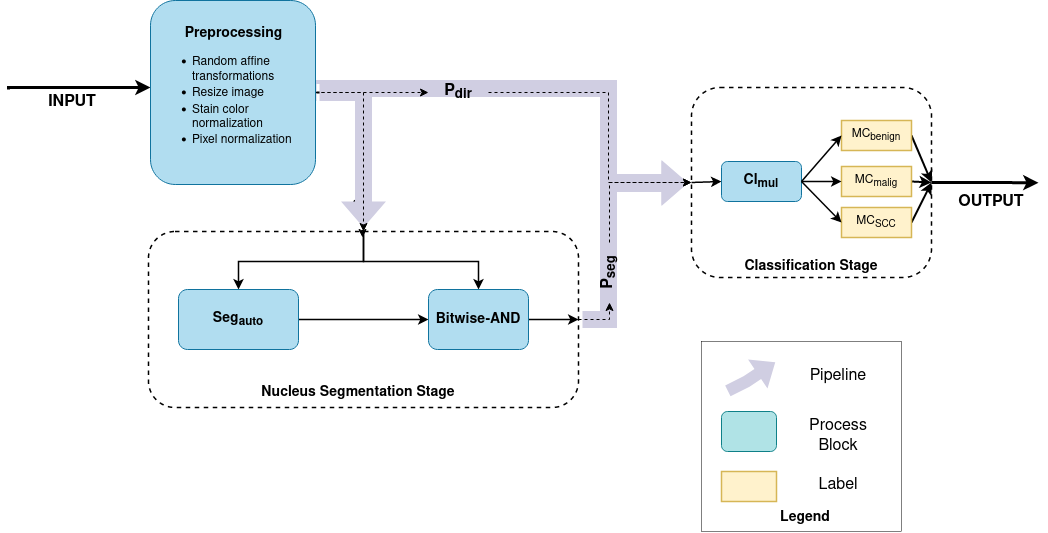
Earlier version of the draw.io export figures/DrawIO/OverallFlowchart_V2.drawio.png (karthik-d/lung-tumor-classification). Source tidied: cells renumbered, new cells last; positions are measured from the earlier drawing's top-left corner, leaving out a move shared by most shapes.
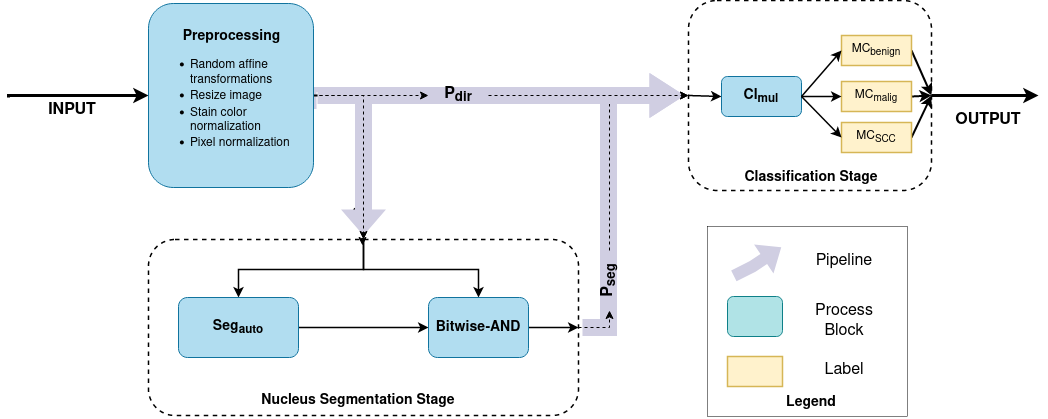
After the commit.

Commit message:
overall dgram modified

The edit, as a diff of the source:
```diff
@@ -2,19 +2,31 @@
   <root>
     <mxCell id="0" />
     <mxCell id="1" parent="0" />
+    <mxCell id="52" style="shape=flexArrow;endArrow=none;html=1;rounded=0;fontSize=15;strokeWidth=8;exitX=1;exitY=0.5;exitDx=0;exitDy=0;fillColor=#d0cee2;strokeColor=none;edgeStyle=orthogonalEdgeStyle;" parent="1" edge="1">
+      <mxGeometry relative="1" as="geometry">
+        <mxPoint x="312" y="92" as="sourcePoint" />
+        <mxPoint x="500" y="87" as="targetPoint" />
+        <Array as="points">
+          <mxPoint x="310" y="92" />
+        </Array>
+      </mxGeometry>
+    </mxCell>
+    <mxCell id="9" value="&lt;font style=&quot;font-size: 16px&quot;&gt;&lt;b&gt;P&lt;sub&gt;dir&lt;/sub&gt;&lt;/b&gt;&lt;/font&gt;" style="text;html=1;strokeColor=none;fillColor=none;align=center;verticalAlign=middle;whiteSpace=wrap;rounded=0;dashed=1;fontSize=15;" parent="1" vertex="1">
+      <mxGeometry x="420" y="72" width="60" height="30" as="geometry" />
+    </mxCell>
     <mxCell id="2" style="rounded=1;whiteSpace=wrap;html=1;dashed=1;fontSize=15;strokeColor=default;strokeWidth=1.5;fillColor=none;" parent="1" vertex="1">
-      <mxGeometry x="683" y="87" width="240" height="190" as="geometry" />
+      <mxGeometry x="680" y="-8" width="243" height="190" as="geometry" />
     </mxCell>
     <mxCell id="3" style="edgeStyle=orthogonalEdgeStyle;rounded=0;jettySize=auto;html=1;exitX=0;exitY=0.5;exitDx=0;exitDy=0;entryX=0;entryY=0.5;entryDx=0;entryDy=0;fontSize=15;strokeWidth=1.5;" parent="1" edge="1" source="2" target="36">
       <mxGeometry relative="1" as="geometry">
         <Array as="points">
-          <mxPoint x="713" y="182" />
+          <mxPoint x="713" y="87" />
         </Array>
       </mxGeometry>
     </mxCell>
     <mxCell id="4" style="edgeStyle=orthogonalEdgeStyle;rounded=0;jettySize=auto;html=1;exitX=1;exitY=0.5;exitDx=0;exitDy=0;fontSize=16;startArrow=none;startFill=0;strokeColor=default;strokeWidth=3;" parent="1" edge="1" source="2">
       <mxGeometry relative="1" as="geometry">
-        <mxPoint x="1030" y="182.2" as="targetPoint" />
+        <mxPoint x="1030" y="87" as="targetPoint" />
       </mxGeometry>
     </mxCell>
     <mxCell id="5" style="edgeStyle=orthogonalEdgeStyle;rounded=0;jettySize=auto;html=1;exitX=1;exitY=0.5;exitDx=0;exitDy=0;entryX=1;entryY=0.5;entryDx=0;entryDy=0;fontSize=12;strokeWidth=2;" parent="1" edge="1" source="50" target="11">
@@ -26,20 +38,6 @@
     <mxCell id="7" style="edgeStyle=none;rounded=0;orthogonalLoop=1;jettySize=auto;html=1;exitX=0;exitY=0.5;exitDx=0;exitDy=0;fontSize=15;strokeWidth=1.5;" parent="1" edge="1" source="2" target="2">
       <mxGeometry relative="1" as="geometry" />
     </mxCell>
-    <mxCell id="8" style="shape=flexArrow;endArrow=classic;html=1;rounded=0;fontSize=15;strokeWidth=8;exitX=1;exitY=0.5;exitDx=0;exitDy=0;fillColor=#d0cee2;strokeColor=none;edgeStyle=orthogonalEdgeStyle;entryX=0;entryY=0.5;entryDx=0;entryDy=0;" parent="1" edge="1">
-      <mxGeometry relative="1" as="geometry">
-        <mxPoint x="312" y="92" as="sourcePoint" />
-        <mxPoint x="683" y="183" as="targetPoint" />
-        <Array as="points">
-          <mxPoint x="310" y="88" />
-          <mxPoint x="600" y="88" />
-          <mxPoint x="600" y="183" />
-        </Array>
-      </mxGeometry>
-    </mxCell>
-    <mxCell id="9" value="&lt;font style=&quot;font-size: 16px&quot;&gt;&lt;b&gt;P&lt;sub&gt;dir&lt;/sub&gt;&lt;/b&gt;&lt;/font&gt;" style="text;html=1;strokeColor=none;fillColor=none;align=center;verticalAlign=middle;whiteSpace=wrap;rounded=0;dashed=1;fontSize=15;" parent="1" vertex="1">
-      <mxGeometry x="420" y="77" width="60" height="30" as="geometry" />
-    </mxCell>
     <mxCell id="10" style="edgeStyle=orthogonalEdgeStyle;rounded=0;jettySize=auto;html=1;exitX=0;exitY=0.5;exitDx=0;exitDy=0;dashed=1;" parent="1" edge="1" source="11">
       <mxGeometry relative="1" as="geometry">
         <mxPoint x="354" y="237" as="targetPoint" />
@@ -57,7 +55,7 @@
       </mxGeometry>
     </mxCell>
     <mxCell id="13" style="group;" parent="1" vertex="1">
-      <mxGeometry x="693" y="341" width="204" height="190" as="geometry" />
+      <mxGeometry x="699" y="218" width="204" height="190" as="geometry" />
     </mxCell>
     <mxCell id="14" style="rounded=0;whiteSpace=wrap;html=1;fontSize=14;strokeColor=default;strokeWidth=0.5;fillColor=none;" parent="13" vertex="1">
       <mxGeometry width="200" height="190" as="geometry" />
@@ -89,15 +87,15 @@
     <mxCell id="21" value="&lt;font style=&quot;font-size: 16px;&quot;&gt;Label&lt;/font&gt;" style="text;html=1;strokeColor=none;fillColor=none;align=center;verticalAlign=middle;whiteSpace=wrap;rounded=0;fontSize=12;" parent="13" vertex="1">
       <mxGeometry x="107" y="129" width="60" height="30" as="geometry" />
     </mxCell>
-    <mxCell id="22" style="shape=flexArrow;endArrow=classic;html=1;rounded=0;fontSize=16;strokeWidth=8;fillColor=#d0cee2;strokeColor=none;edgeStyle=orthogonalEdgeStyle;entryX=0;entryY=0.5;entryDx=0;entryDy=0;exitX=1;exitY=0.5;exitDx=0;exitDy=0;" parent="1" edge="1" source="28" target="2">
+    <mxCell id="22" style="shape=flexArrow;endArrow=classic;html=1;rounded=0;fontSize=16;strokeWidth=8;fillColor=#d0cee2;strokeColor=none;edgeStyle=orthogonalEdgeStyle;entryX=0;entryY=0.5;entryDx=0;entryDy=0;exitX=1;exitY=0.5;exitDx=0;exitDy=0;width=10;endSize=9;" parent="1" edge="1" source="28" target="2">
       <mxGeometry relative="1" as="geometry">
         <Array as="points">
           <mxPoint x="600" y="319" />
-          <mxPoint x="600" y="182" />
+          <mxPoint x="600" y="87" />
         </Array>
       </mxGeometry>
     </mxCell>
-    <mxCell id="23" style="edgeStyle=orthogonalEdgeStyle;rounded=0;jettySize=auto;html=1;exitX=1;exitY=0.5;exitDx=0;exitDy=0;entryX=0;entryY=0.5;entryDx=0;entryDy=0;dashed=1;" parent="1" edge="1" source="24" target="2">
+    <mxCell id="23" style="edgeStyle=orthogonalEdgeStyle;rounded=0;jettySize=auto;html=1;exitX=1;exitY=0.5;exitDx=0;exitDy=0;entryX=0;entryY=0.5;entryDx=0;entryDy=0;dashed=1;fontSize=16;strokeWidth=1;" parent="1" edge="1" source="24" target="2">
       <mxGeometry relative="1" as="geometry" />
     </mxCell>
     <mxCell id="24" value="&lt;font style=&quot;font-size: 16px&quot;&gt;&lt;b&gt;P&lt;sub&gt;seg&lt;/sub&gt;&lt;/b&gt;&lt;/font&gt;" style="text;html=1;strokeColor=none;fillColor=none;align=center;verticalAlign=middle;whiteSpace=wrap;rounded=0;dashed=1;fontSize=15;rotation=-90;" parent="1" vertex="1">
@@ -107,7 +105,7 @@
       <mxGeometry x="34" y="87" width="60" height="30" as="geometry" />
     </mxCell>
     <mxCell id="26" value="&lt;font style=&quot;font-size: 16px&quot;&gt;&lt;b&gt;OUTPUT&lt;/b&gt;&lt;/font&gt;" style="text;html=1;strokeColor=none;fillColor=none;align=center;verticalAlign=middle;whiteSpace=wrap;rounded=0;fontSize=14;" parent="1" vertex="1">
-      <mxGeometry x="953" y="187" width="60" height="30" as="geometry" />
+      <mxGeometry x="950" y="97" width="60" height="30" as="geometry" />
     </mxCell>
     <mxCell id="27" style="edgeStyle=orthogonalEdgeStyle;rounded=0;jettySize=auto;html=1;exitX=1;exitY=0.5;exitDx=0;exitDy=0;entryX=0;entryY=0.5;entryDx=0;entryDy=0;dashed=1;" parent="1" edge="1" source="28" target="24">
       <mxGeometry relative="1" as="geometry" />
@@ -147,13 +145,13 @@
       <mxGeometry x="240" y="377" width="220" height="30" as="geometry" />
     </mxCell>
     <mxCell id="36" value="&lt;b&gt;Cl&lt;sub&gt;mul&lt;/sub&gt;&lt;/b&gt;" style="rounded=1;whiteSpace=wrap;html=1;fillColor=#b1ddf0;strokeColor=#10739e;fontSize=14;" parent="1" vertex="1">
-      <mxGeometry x="713" y="161" width="80" height="40" as="geometry" />
+      <mxGeometry x="713" y="68" width="80" height="40" as="geometry" />
     </mxCell>
     <mxCell id="37" style="rounded=0;jettySize=auto;html=1;exitX=1;exitY=0.5;exitDx=0;exitDy=0;entryX=1;entryY=0.5;entryDx=0;entryDy=0;strokeWidth=2;" parent="1" edge="1" source="38" target="2">
       <mxGeometry relative="1" as="geometry" />
     </mxCell>
     <mxCell id="38" value="MC&lt;sub&gt;benign&lt;/sub&gt;" style="rounded=0;whiteSpace=wrap;html=1;fontSize=12;strokeColor=#d6b656;strokeWidth=1.5;fillColor=#fff2cc;" parent="1" vertex="1">
-      <mxGeometry x="833" y="120" width="70" height="30" as="geometry" />
+      <mxGeometry x="833" y="27" width="70" height="30" as="geometry" />
     </mxCell>
     <mxCell id="39" style="edgeStyle=none;rounded=0;jettySize=auto;html=1;exitX=1;exitY=0.5;exitDx=0;exitDy=0;entryX=0;entryY=0.5;entryDx=0;entryDy=0;fontSize=15;strokeWidth=1.5;" parent="1" edge="1" source="36" target="38">
       <mxGeometry relative="1" as="geometry" />
@@ -162,7 +160,7 @@
       <mxGeometry relative="1" as="geometry" />
     </mxCell>
     <mxCell id="41" value="MC&lt;sub&gt;malig&lt;/sub&gt;" style="rounded=0;whiteSpace=wrap;html=1;fontSize=12;strokeColor=#d6b656;strokeWidth=1.5;fillColor=#fff2cc;" parent="1" vertex="1">
-      <mxGeometry x="833" y="166" width="70" height="30" as="geometry" />
+      <mxGeometry x="833" y="73" width="70" height="30" as="geometry" />
     </mxCell>
     <mxCell id="42" style="edgeStyle=none;rounded=0;jettySize=auto;html=1;exitX=1;exitY=0.5;exitDx=0;exitDy=0;entryX=0;entryY=0.5;entryDx=0;entryDy=0;fontSize=15;strokeWidth=1.5;" parent="1" edge="1" source="36" target="41">
       <mxGeometry relative="1" as="geometry" />
@@ -171,13 +169,13 @@
       <mxGeometry relative="1" as="geometry" />
     </mxCell>
     <mxCell id="44" value="MC&lt;sub&gt;SCC&lt;/sub&gt;" style="rounded=0;whiteSpace=wrap;html=1;fontSize=12;strokeColor=#d6b656;strokeWidth=1.5;fillColor=#fff2cc;" parent="1" vertex="1">
-      <mxGeometry x="833" y="207" width="70" height="30" as="geometry" />
+      <mxGeometry x="833" y="114" width="70" height="30" as="geometry" />
     </mxCell>
     <mxCell id="45" style="edgeStyle=none;rounded=0;jettySize=auto;html=1;exitX=1;exitY=0.5;exitDx=0;exitDy=0;entryX=0;entryY=0.5;entryDx=0;entryDy=0;fontSize=15;strokeWidth=1.5;" parent="1" edge="1" source="36" target="44">
       <mxGeometry relative="1" as="geometry" />
     </mxCell>
     <mxCell id="46" value="&lt;div&gt;Classification Stage&lt;/div&gt;" style="text;html=1;strokeColor=none;fillColor=none;align=center;verticalAlign=middle;whiteSpace=wrap;rounded=0;dashed=1;fontSize=14;fontStyle=1;" parent="1" vertex="1">
-      <mxGeometry x="703" y="251" width="200" height="30" as="geometry" />
+      <mxGeometry x="703" y="154" width="200" height="30" as="geometry" />
     </mxCell>
     <mxCell id="47" style="shape=flexArrow;endArrow=classic;html=1;rounded=0;fontSize=15;startSize=20;strokeWidth=8;strokeColor=none;exitX=1;exitY=0.5;exitDx=0;exitDy=0;entryX=0.5;entryY=0;entryDx=0;entryDy=0;edgeStyle=orthogonalEdgeStyle;fillColor=#d0cee2;" parent="1" edge="1" source="50" target="28">
       <mxGeometry relative="1" as="geometry" />
@@ -189,15 +187,13 @@
       <mxGeometry relative="1" as="geometry" />
     </mxCell>
     <mxCell id="50" value="&lt;div align=&quot;center&quot;&gt;&lt;b&gt;Preprocessing&lt;/b&gt;&lt;/div&gt;&lt;div style=&quot;font-size: 12px;&quot; align=&quot;left&quot;&gt;&lt;ul&gt;&lt;li&gt;Random affine transformations&lt;/li&gt;&lt;li&gt;Resize image&lt;br&gt;&lt;/li&gt;&lt;li&gt;Stain color normalization&lt;/li&gt;&lt;li&gt;Pixel normalization&lt;br&gt;&lt;/li&gt;&lt;/ul&gt;&lt;/div&gt;" style="rounded=1;whiteSpace=wrap;html=1;fillColor=#b1ddf0;strokeColor=#10739e;fontSize=14;align=left;" parent="1" vertex="1">
-      <mxGeometry x="142" width="165" height="184" as="geometry" />
+      <mxGeometry x="140" y="-5" width="165" height="184" as="geometry" />
     </mxCell>
-    <mxCell id="51" style="edgeStyle=orthogonalEdgeStyle;rounded=0;jettySize=auto;html=1;exitX=1;exitY=0.5;exitDx=0;exitDy=0;entryX=0;entryY=0.5;entryDx=0;entryDy=0;dashed=1;fontSize=12;strokeWidth=1;" parent="1" edge="1" source="9" target="2">
-      <mxGeometry relative="1" as="geometry">
-        <Array as="points">
-          <mxPoint x="600" y="92" />
-          <mxPoint x="600" y="182" />
-        </Array>
-      </mxGeometry>
-    </mxCell>
+    <mxCell id="53" style="shape=flexArrow;endArrow=classic;html=1;rounded=0;fontSize=16;strokeWidth=8;fillColor=#d0cee2;strokeColor=none;edgeStyle=orthogonalEdgeStyle;entryX=0;entryY=0.5;entryDx=0;entryDy=0;exitX=1;exitY=0.5;exitDx=0;exitDy=0;width=10;endSize=9;" parent="1" edge="1" source="9" target="2">
+      <mxGeometry relative="1" as="geometry" />
+    </mxCell>
+    <mxCell id="54" style="edgeStyle=orthogonalEdgeStyle;rounded=0;jettySize=auto;html=1;exitX=1;exitY=0.5;exitDx=0;exitDy=0;dashed=1;fontSize=16;strokeWidth=1;strokeColor=#000000;" parent="1" edge="1" source="9" target="2">
+      <mxGeometry relative="1" as="geometry" />
+    </mxCell>
   </root>
 </mxGraphModel>
```
